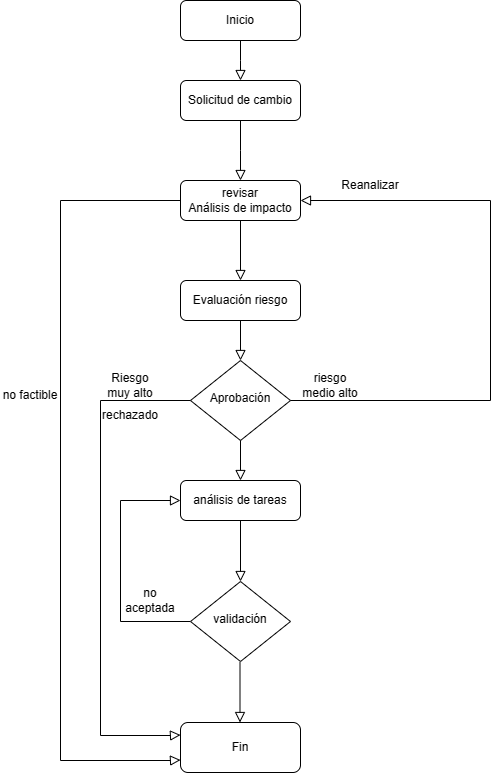
ferrt1/TP_Labo_Principal keeps this draw.io diagram as Recursos/diagrama de flujo cambios.png. Above is the earlier version. Source tidied: cells renumbered, new cells last; positions are measured from the earlier drawing's top-left corner, leaving out a move shared by most shapes. Its diagram source:
```xml
<mxGraphModel>
  <root>
    <mxCell id="0" />
    <mxCell id="1" parent="0" />
    <mxCell id="2" value="revisar&lt;br&gt;Análisis de impacto" style="rounded=1;whiteSpace=wrap;html=1;fontSize=12;glass=0;strokeWidth=1;shadow=0;" parent="1" vertex="1">
      <mxGeometry x="180" y="180" width="120" height="40" as="geometry" />
    </mxCell>
    <mxCell id="3" value="Aprobación" style="rhombus;whiteSpace=wrap;html=1;shadow=0;fontFamily=Helvetica;fontSize=12;align=center;strokeWidth=1;spacing=6;spacingTop=-4;" parent="1" vertex="1">
      <mxGeometry x="190" y="360" width="100" height="80" as="geometry" />
    </mxCell>
    <mxCell id="4" value="Evaluación riesgo" style="rounded=1;whiteSpace=wrap;html=1;fontSize=12;glass=0;strokeWidth=1;shadow=0;" parent="1" vertex="1">
      <mxGeometry x="180" y="280" width="120" height="40" as="geometry" />
    </mxCell>
    <mxCell id="5" value="Solicitud de cambio" style="rounded=1;whiteSpace=wrap;html=1;fontSize=12;glass=0;strokeWidth=1;shadow=0;" parent="1" vertex="1">
      <mxGeometry x="180" y="80" width="120" height="40" as="geometry" />
    </mxCell>
    <mxCell id="6" style="rounded=0;html=1;jettySize=auto;fontSize=11;endArrow=block;endFill=0;endSize=8;strokeWidth=1;shadow=0;labelBackgroundColor=none;edgeStyle=orthogonalEdgeStyle;exitX=0.5;exitY=1;exitDx=0;exitDy=0;" parent="1" edge="1" source="5">
      <mxGeometry relative="1" as="geometry">
        <mxPoint x="240" y="180" as="targetPoint" />
      </mxGeometry>
    </mxCell>
    <mxCell id="7" value="Inicio" style="rounded=1;whiteSpace=wrap;html=1;fontSize=12;glass=0;strokeWidth=1;shadow=0;" parent="1" vertex="1">
      <mxGeometry x="180" width="120" height="40" as="geometry" />
    </mxCell>
    <mxCell id="8" style="rounded=0;html=1;jettySize=auto;fontSize=11;endArrow=block;endFill=0;endSize=8;strokeWidth=1;shadow=0;labelBackgroundColor=none;edgeStyle=orthogonalEdgeStyle;exitX=0.5;exitY=1;exitDx=0;exitDy=0;" parent="1" edge="1" source="7">
      <mxGeometry relative="1" as="geometry">
        <mxPoint x="240" y="80" as="targetPoint" />
      </mxGeometry>
    </mxCell>
    <mxCell id="9" value="Fin" style="rounded=1;whiteSpace=wrap;html=1;fontSize=12;glass=0;strokeWidth=1;shadow=0;" parent="1" vertex="1">
      <mxGeometry x="180" y="722" width="120" height="50" as="geometry" />
    </mxCell>
    <mxCell id="10" style="rounded=0;html=1;jettySize=auto;fontSize=11;endArrow=block;endFill=0;endSize=8;strokeWidth=1;shadow=0;labelBackgroundColor=none;edgeStyle=orthogonalEdgeStyle;exitX=0;exitY=0.5;exitDx=0;exitDy=0;entryX=0;entryY=0.75;entryDx=0;entryDy=0;" parent="1" edge="1" target="9">
      <mxGeometry relative="1" as="geometry">
        <mxPoint x="180" y="200" as="sourcePoint" />
        <Array as="points">
          <mxPoint x="60" y="200" />
          <mxPoint x="60" y="760" />
          <mxPoint x="170" y="760" />
        </Array>
      </mxGeometry>
    </mxCell>
    <mxCell id="11" value="no factible" style="text;html=1;strokeColor=none;fillColor=none;align=center;verticalAlign=middle;whiteSpace=wrap;rounded=0;" parent="1" vertex="1">
      <mxGeometry y="380" width="60" height="30" as="geometry" />
    </mxCell>
    <mxCell id="12" value="análisis de tareas" style="rounded=1;whiteSpace=wrap;html=1;fontSize=12;glass=0;strokeWidth=1;shadow=0;" parent="1" vertex="1">
      <mxGeometry x="180" y="480" width="120" height="40" as="geometry" />
    </mxCell>
    <mxCell id="13" style="rounded=0;html=1;jettySize=auto;fontSize=11;endArrow=block;endFill=0;endSize=8;strokeWidth=1;shadow=0;labelBackgroundColor=none;edgeStyle=orthogonalEdgeStyle;exitX=0.5;exitY=1;exitDx=0;exitDy=0;entryX=0.5;entryY=0;entryDx=0;entryDy=0;" parent="1" edge="1" source="2" target="4">
      <mxGeometry relative="1" as="geometry" />
    </mxCell>
    <mxCell id="14" style="rounded=0;html=1;jettySize=auto;fontSize=11;endArrow=block;endFill=0;endSize=8;strokeWidth=1;shadow=0;labelBackgroundColor=none;edgeStyle=orthogonalEdgeStyle;exitX=0.5;exitY=1;exitDx=0;exitDy=0;entryX=0.5;entryY=0;entryDx=0;entryDy=0;" parent="1" edge="1" source="4" target="3">
      <mxGeometry relative="1" as="geometry" />
    </mxCell>
    <mxCell id="15" style="rounded=0;html=1;jettySize=auto;fontSize=11;endArrow=block;endFill=0;endSize=8;strokeWidth=1;shadow=0;labelBackgroundColor=none;edgeStyle=orthogonalEdgeStyle;exitX=1;exitY=0.5;exitDx=0;exitDy=0;entryX=1;entryY=0.5;entryDx=0;entryDy=0;" parent="1" edge="1" source="3" target="2">
      <mxGeometry relative="1" as="geometry">
        <Array as="points">
          <mxPoint x="490" y="400" />
          <mxPoint x="490" y="200" />
        </Array>
      </mxGeometry>
    </mxCell>
    <mxCell id="16" value="Reanalizar" style="text;html=1;strokeColor=none;fillColor=none;align=center;verticalAlign=middle;whiteSpace=wrap;rounded=0;" parent="1" vertex="1">
      <mxGeometry x="340" y="170" width="60" height="30" as="geometry" />
    </mxCell>
    <mxCell id="17" style="rounded=0;html=1;jettySize=auto;fontSize=11;endArrow=block;endFill=0;endSize=8;strokeWidth=1;shadow=0;labelBackgroundColor=none;edgeStyle=orthogonalEdgeStyle;exitX=0.5;exitY=1;exitDx=0;exitDy=0;entryX=0.5;entryY=0;entryDx=0;entryDy=0;" parent="1" edge="1" source="3" target="12">
      <mxGeometry relative="1" as="geometry" />
    </mxCell>
    <mxCell id="18" style="rounded=0;html=1;jettySize=auto;fontSize=11;endArrow=block;endFill=0;endSize=8;strokeWidth=1;shadow=0;labelBackgroundColor=none;edgeStyle=orthogonalEdgeStyle;exitX=0.5;exitY=1;exitDx=0;exitDy=0;entryX=0.5;entryY=0;entryDx=0;entryDy=0;" parent="1" edge="1" source="12" target="23">
      <mxGeometry relative="1" as="geometry" />
    </mxCell>
    <mxCell id="19" style="rounded=0;html=1;jettySize=auto;fontSize=11;endArrow=block;endFill=0;endSize=8;strokeWidth=1;shadow=0;labelBackgroundColor=none;edgeStyle=orthogonalEdgeStyle;exitX=0;exitY=0.5;exitDx=0;exitDy=0;entryX=0;entryY=0.25;entryDx=0;entryDy=0;" parent="1" edge="1" source="3" target="9">
      <mxGeometry relative="1" as="geometry">
        <Array as="points">
          <mxPoint x="100" y="400" />
          <mxPoint x="100" y="735" />
          <mxPoint x="170" y="735" />
        </Array>
      </mxGeometry>
    </mxCell>
    <mxCell id="20" value="rechazado" style="text;html=1;strokeColor=none;fillColor=none;align=center;verticalAlign=middle;whiteSpace=wrap;rounded=0;" parent="1" vertex="1">
      <mxGeometry x="100" y="400" width="60" height="30" as="geometry" />
    </mxCell>
    <mxCell id="21" style="rounded=0;html=1;jettySize=auto;fontSize=11;endArrow=block;endFill=0;endSize=8;strokeWidth=1;shadow=0;labelBackgroundColor=none;edgeStyle=orthogonalEdgeStyle;exitX=0;exitY=0.5;exitDx=0;exitDy=0;" parent="1" edge="1" source="23">
      <mxGeometry relative="1" as="geometry">
        <mxPoint x="180" y="500" as="targetPoint" />
        <Array as="points">
          <mxPoint x="120" y="621" />
          <mxPoint x="120" y="500" />
        </Array>
      </mxGeometry>
    </mxCell>
    <mxCell id="22" value="no aceptada" style="text;html=1;strokeColor=none;fillColor=none;align=center;verticalAlign=middle;whiteSpace=wrap;rounded=0;" parent="1" vertex="1">
      <mxGeometry x="120" y="585" width="60" height="30" as="geometry" />
    </mxCell>
    <mxCell id="23" value="validación" style="rhombus;whiteSpace=wrap;html=1;shadow=0;fontFamily=Helvetica;fontSize=12;align=center;strokeWidth=1;spacing=6;spacingTop=-4;" parent="1" vertex="1">
      <mxGeometry x="190" y="581" width="100" height="80" as="geometry" />
    </mxCell>
    <mxCell id="24" style="rounded=0;html=1;jettySize=auto;orthogonalLoop=1;fontSize=11;endArrow=block;endFill=0;endSize=8;strokeWidth=1;shadow=0;labelBackgroundColor=none;edgeStyle=orthogonalEdgeStyle;exitX=0.5;exitY=1;exitDx=0;exitDy=0;entryX=0.5;entryY=0;entryDx=0;entryDy=0;" parent="1" edge="1">
      <mxGeometry relative="1" as="geometry">
        <mxPoint x="239.5" y="662" as="sourcePoint" />
        <mxPoint x="239.5" y="722" as="targetPoint" />
        <Array as="points">
          <mxPoint x="239.5" y="722" />
        </Array>
      </mxGeometry>
    </mxCell>
    <mxCell id="25" value="Riesgo muy alto" style="text;html=1;strokeColor=none;fillColor=none;align=center;verticalAlign=middle;whiteSpace=wrap;rounded=0;" parent="1" vertex="1">
      <mxGeometry x="100" y="370" width="60" height="30" as="geometry" />
    </mxCell>
    <mxCell id="26" value="riesgo medio alto" style="text;html=1;strokeColor=none;fillColor=none;align=center;verticalAlign=middle;whiteSpace=wrap;rounded=0;" parent="1" vertex="1">
      <mxGeometry x="300" y="370" width="60" height="30" as="geometry" />
    </mxCell>
  </root>
</mxGraphModel>
```
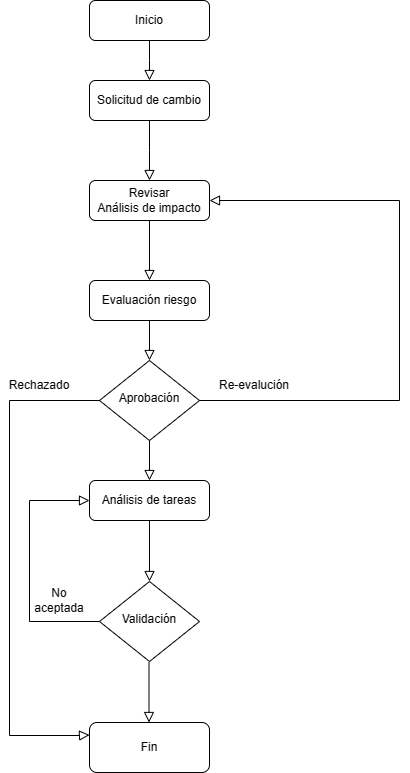
The same diagram one commit later.

The edit, as a diff of the source:
```diff
@@ -2,7 +2,7 @@
   <root>
     <mxCell id="0" />
     <mxCell id="1" parent="0" />
-    <mxCell id="2" value="revisar&lt;br&gt;Análisis de impacto" style="rounded=1;whiteSpace=wrap;html=1;fontSize=12;glass=0;strokeWidth=1;shadow=0;" parent="1" vertex="1">
+    <mxCell id="2" value="Revisar&lt;br&gt;Análisis de impacto" style="rounded=1;whiteSpace=wrap;html=1;fontSize=12;glass=0;strokeWidth=1;shadow=0;" parent="1" vertex="1">
       <mxGeometry x="180" y="180" width="120" height="40" as="geometry" />
     </mxCell>
     <mxCell id="3" value="Aprobación" style="rhombus;whiteSpace=wrap;html=1;shadow=0;fontFamily=Helvetica;fontSize=12;align=center;strokeWidth=1;spacing=6;spacingTop=-4;" parent="1" vertex="1">
@@ -30,20 +30,7 @@
     <mxCell id="9" value="Fin" style="rounded=1;whiteSpace=wrap;html=1;fontSize=12;glass=0;strokeWidth=1;shadow=0;" parent="1" vertex="1">
       <mxGeometry x="180" y="722" width="120" height="50" as="geometry" />
     </mxCell>
-    <mxCell id="10" style="rounded=0;html=1;jettySize=auto;fontSize=11;endArrow=block;endFill=0;endSize=8;strokeWidth=1;shadow=0;labelBackgroundColor=none;edgeStyle=orthogonalEdgeStyle;exitX=0;exitY=0.5;exitDx=0;exitDy=0;entryX=0;entryY=0.75;entryDx=0;entryDy=0;" parent="1" edge="1" target="9">
-      <mxGeometry relative="1" as="geometry">
-        <mxPoint x="180" y="200" as="sourcePoint" />
-        <Array as="points">
-          <mxPoint x="60" y="200" />
-          <mxPoint x="60" y="760" />
-          <mxPoint x="170" y="760" />
-        </Array>
-      </mxGeometry>
-    </mxCell>
-    <mxCell id="11" value="no factible" style="text;html=1;strokeColor=none;fillColor=none;align=center;verticalAlign=middle;whiteSpace=wrap;rounded=0;" parent="1" vertex="1">
-      <mxGeometry y="380" width="60" height="30" as="geometry" />
-    </mxCell>
-    <mxCell id="12" value="análisis de tareas" style="rounded=1;whiteSpace=wrap;html=1;fontSize=12;glass=0;strokeWidth=1;shadow=0;" parent="1" vertex="1">
+    <mxCell id="12" value="Análisis de tareas" style="rounded=1;whiteSpace=wrap;html=1;fontSize=12;glass=0;strokeWidth=1;shadow=0;" parent="1" vertex="1">
       <mxGeometry x="180" y="480" width="120" height="40" as="geometry" />
     </mxCell>
     <mxCell id="13" style="rounded=0;html=1;jettySize=auto;fontSize=11;endArrow=block;endFill=0;endSize=8;strokeWidth=1;shadow=0;labelBackgroundColor=none;edgeStyle=orthogonalEdgeStyle;exitX=0.5;exitY=1;exitDx=0;exitDy=0;entryX=0.5;entryY=0;entryDx=0;entryDy=0;" parent="1" edge="1" source="2" target="4">
@@ -60,9 +47,6 @@
         </Array>
       </mxGeometry>
     </mxCell>
-    <mxCell id="16" value="Reanalizar" style="text;html=1;strokeColor=none;fillColor=none;align=center;verticalAlign=middle;whiteSpace=wrap;rounded=0;" parent="1" vertex="1">
-      <mxGeometry x="340" y="170" width="60" height="30" as="geometry" />
-    </mxCell>
     <mxCell id="17" style="rounded=0;html=1;jettySize=auto;fontSize=11;endArrow=block;endFill=0;endSize=8;strokeWidth=1;shadow=0;labelBackgroundColor=none;edgeStyle=orthogonalEdgeStyle;exitX=0.5;exitY=1;exitDx=0;exitDy=0;entryX=0.5;entryY=0;entryDx=0;entryDy=0;" parent="1" edge="1" source="3" target="12">
       <mxGeometry relative="1" as="geometry" />
     </mxCell>
@@ -78,8 +62,8 @@
         </Array>
       </mxGeometry>
     </mxCell>
-    <mxCell id="20" value="rechazado" style="text;html=1;strokeColor=none;fillColor=none;align=center;verticalAlign=middle;whiteSpace=wrap;rounded=0;" parent="1" vertex="1">
-      <mxGeometry x="100" y="400" width="60" height="30" as="geometry" />
+    <mxCell id="20" value="Rechazado" style="text;html=1;strokeColor=none;fillColor=none;align=center;verticalAlign=middle;whiteSpace=wrap;rounded=0;" parent="1" vertex="1">
+      <mxGeometry x="100" y="370" width="60" height="30" as="geometry" />
     </mxCell>
     <mxCell id="21" style="rounded=0;html=1;jettySize=auto;fontSize=11;endArrow=block;endFill=0;endSize=8;strokeWidth=1;shadow=0;labelBackgroundColor=none;edgeStyle=orthogonalEdgeStyle;exitX=0;exitY=0.5;exitDx=0;exitDy=0;" parent="1" edge="1" source="23">
       <mxGeometry relative="1" as="geometry">
@@ -90,10 +74,10 @@
         </Array>
       </mxGeometry>
     </mxCell>
-    <mxCell id="22" value="no aceptada" style="text;html=1;strokeColor=none;fillColor=none;align=center;verticalAlign=middle;whiteSpace=wrap;rounded=0;" parent="1" vertex="1">
+    <mxCell id="22" value="No aceptada" style="text;html=1;strokeColor=none;fillColor=none;align=center;verticalAlign=middle;whiteSpace=wrap;rounded=0;" parent="1" vertex="1">
       <mxGeometry x="120" y="585" width="60" height="30" as="geometry" />
     </mxCell>
-    <mxCell id="23" value="validación" style="rhombus;whiteSpace=wrap;html=1;shadow=0;fontFamily=Helvetica;fontSize=12;align=center;strokeWidth=1;spacing=6;spacingTop=-4;" parent="1" vertex="1">
+    <mxCell id="23" value="Validación" style="rhombus;whiteSpace=wrap;html=1;shadow=0;fontFamily=Helvetica;fontSize=12;align=center;strokeWidth=1;spacing=6;spacingTop=-4;" parent="1" vertex="1">
       <mxGeometry x="190" y="581" width="100" height="80" as="geometry" />
     </mxCell>
     <mxCell id="24" style="rounded=0;html=1;jettySize=auto;orthogonalLoop=1;fontSize=11;endArrow=block;endFill=0;endSize=8;strokeWidth=1;shadow=0;labelBackgroundColor=none;edgeStyle=orthogonalEdgeStyle;exitX=0.5;exitY=1;exitDx=0;exitDy=0;entryX=0.5;entryY=0;entryDx=0;entryDy=0;" parent="1" edge="1">
@@ -105,11 +89,8 @@
         </Array>
       </mxGeometry>
     </mxCell>
-    <mxCell id="25" value="Riesgo muy alto" style="text;html=1;strokeColor=none;fillColor=none;align=center;verticalAlign=middle;whiteSpace=wrap;rounded=0;" parent="1" vertex="1">
-      <mxGeometry x="100" y="370" width="60" height="30" as="geometry" />
-    </mxCell>
-    <mxCell id="26" value="riesgo medio alto" style="text;html=1;strokeColor=none;fillColor=none;align=center;verticalAlign=middle;whiteSpace=wrap;rounded=0;" parent="1" vertex="1">
-      <mxGeometry x="300" y="370" width="60" height="30" as="geometry" />
+    <mxCell id="26" value="Re-evalución" style="text;html=1;strokeColor=none;fillColor=none;align=center;verticalAlign=middle;whiteSpace=wrap;rounded=0;" parent="1" vertex="1">
+      <mxGeometry x="300" y="370" width="90" height="30" as="geometry" />
     </mxCell>
   </root>
 </mxGraphModel>
```
